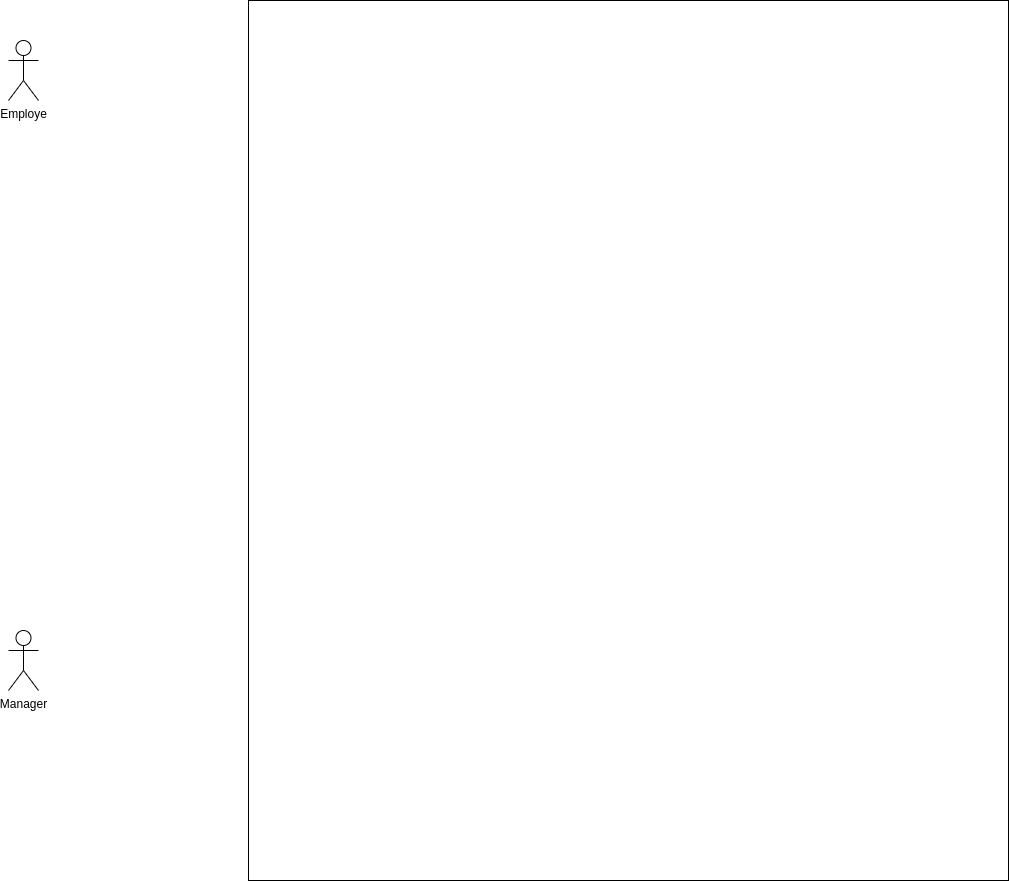
Siluearsene/borne_biometrique keeps this draw.io diagram as static/UsecaseZkteco.drawio.png. Above is the earlier version. Source tidied: cells renumbered, new cells last; positions are measured from the earlier drawing's top-left corner, leaving out a move shared by most shapes. The source it was exported from:
```xml
<mxGraphModel>
  <root>
    <mxCell id="0" />
    <mxCell id="1" parent="0" />
    <mxCell id="2" value="Employe" style="shape=umlActor;verticalLabelPosition=bottom;verticalAlign=top;html=1;" parent="1" vertex="1">
      <mxGeometry y="40" width="30" height="60" as="geometry" />
    </mxCell>
    <mxCell id="3" value="Manager" style="shape=umlActor;verticalLabelPosition=bottom;verticalAlign=top;html=1;" parent="1" vertex="1">
      <mxGeometry y="630" width="30" height="60" as="geometry" />
    </mxCell>
    <mxCell id="4" style="rounded=0;whiteSpace=wrap;html=1;" parent="1" vertex="1">
      <mxGeometry x="240" width="760" height="880" as="geometry" />
    </mxCell>
  </root>
</mxGraphModel>
```
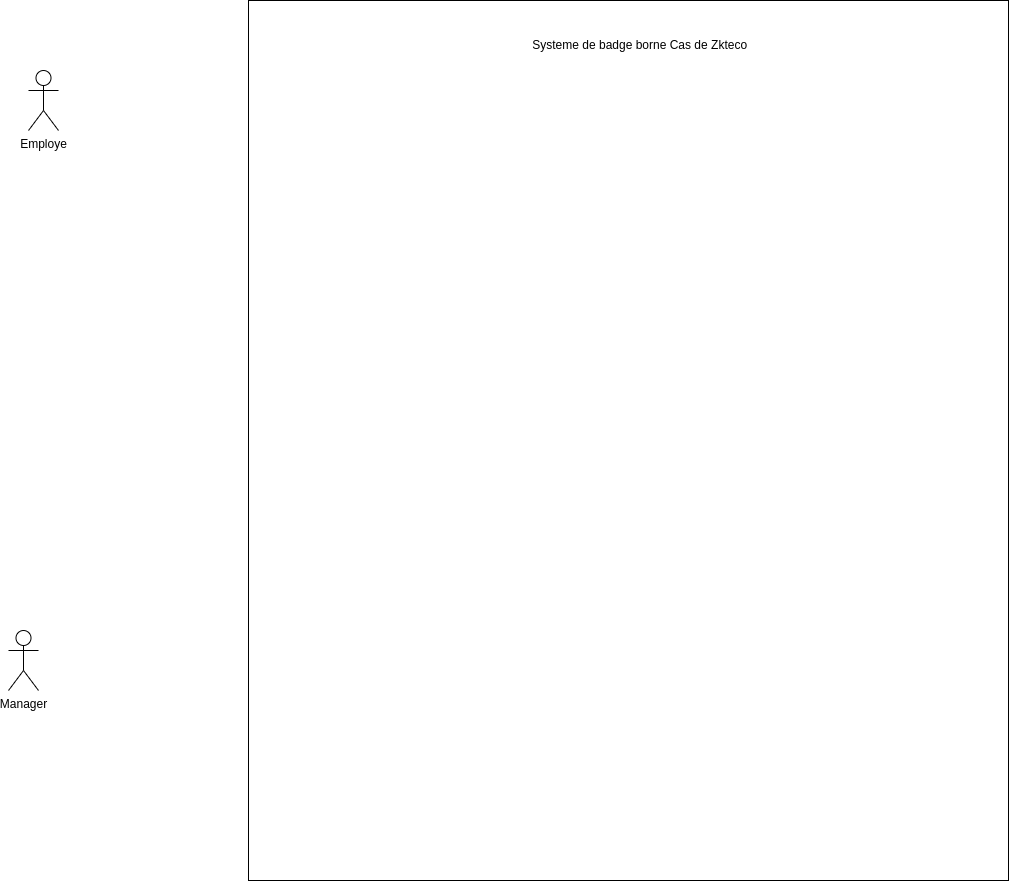
The same file after the commit.

Commit message:
Mettre à jour UsecaseZkteco.drawio.png

What changed in the source:
```diff
@@ -3,7 +3,7 @@
     <mxCell id="0" />
     <mxCell id="1" parent="0" />
     <mxCell id="2" value="Employe" style="shape=umlActor;verticalLabelPosition=bottom;verticalAlign=top;html=1;" parent="1" vertex="1">
-      <mxGeometry y="40" width="30" height="60" as="geometry" />
+      <mxGeometry x="20" y="70" width="30" height="60" as="geometry" />
     </mxCell>
     <mxCell id="3" value="Manager" style="shape=umlActor;verticalLabelPosition=bottom;verticalAlign=top;html=1;" parent="1" vertex="1">
       <mxGeometry y="630" width="30" height="60" as="geometry" />
@@ -11,5 +11,8 @@
     <mxCell id="4" style="rounded=0;whiteSpace=wrap;html=1;" parent="1" vertex="1">
       <mxGeometry x="240" width="760" height="880" as="geometry" />
     </mxCell>
+    <mxCell id="5" value="Systeme de badge borne Cas de Zkteco&amp;nbsp;&amp;nbsp;" style="text;html=1;strokeColor=none;fillColor=none;align=center;verticalAlign=middle;whiteSpace=wrap;rounded=0;" parent="1" vertex="1">
+      <mxGeometry x="510" y="30" width="250" height="30" as="geometry" />
+    </mxCell>
   </root>
 </mxGraphModel>
```
